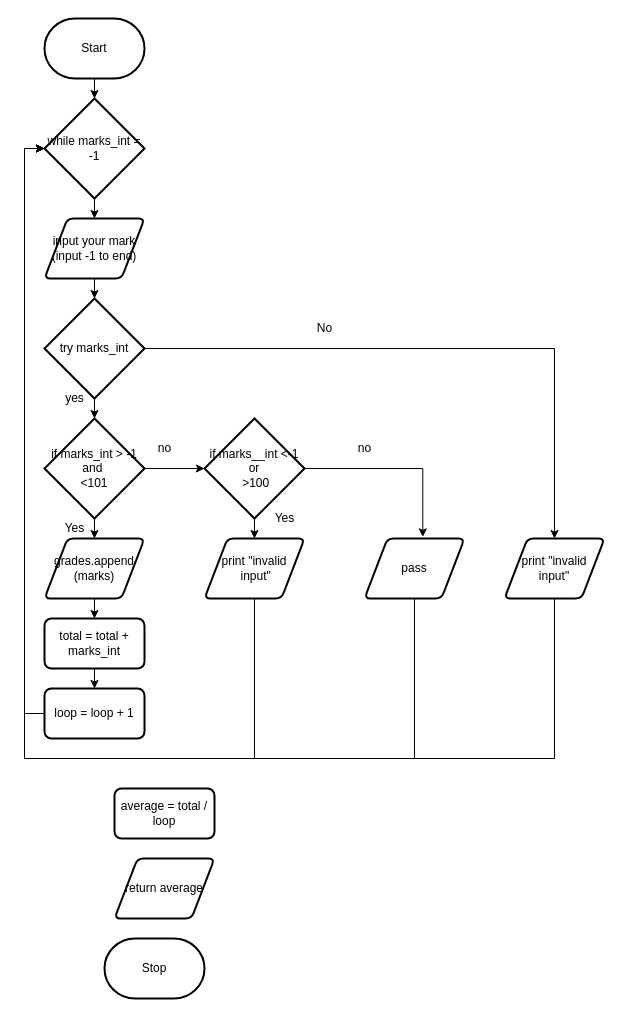
Earlier version of the draw.io diagram Untitled Diagram.drawio (Ethan-Gravelle/ICS3U-Unit6-05-Python-Grade-List). Source tidied: cells renumbered, new cells numbered last; positions are measured from the earlier drawing's top-left corner, leaving out a move shared by most shapes. Both pictures are drawn from the tidied source at 100%, with x=0, y=0 at pixel (24, 18).
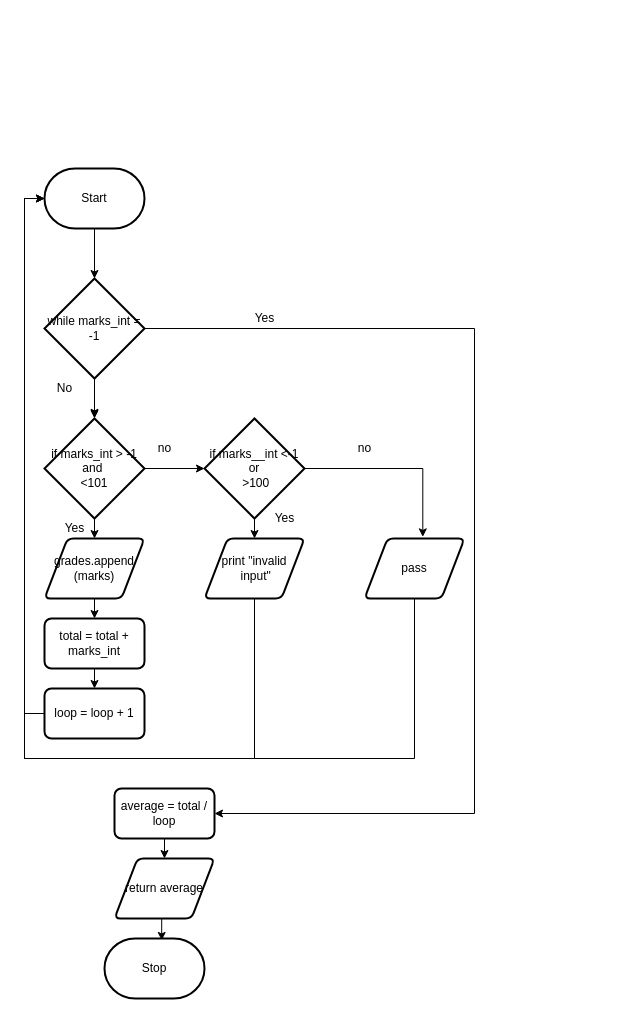
After the change.

Unchanged cells that the change refers to:
```xml
<mxCell id="13" value="if marks_int &amp;gt; -1&lt;br&gt;and&amp;nbsp;&lt;br&gt;&amp;lt;101" style="strokeWidth=2;html=1;shape=mxgraph.flowchart.decision;whiteSpace=wrap;" parent="1" vertex="1">
  <mxGeometry x="20" y="400" width="100" height="100" as="geometry" />
</mxCell>
<mxCell id="19" value="loop = loop + 1" style="rounded=1;whiteSpace=wrap;html=1;absoluteArcSize=1;arcSize=14;strokeWidth=2;" parent="1" vertex="1">
  <mxGeometry x="20" y="670" width="100" height="50" as="geometry" />
</mxCell>
<mxCell id="24" value="print &quot;invalid&lt;br&gt;&amp;nbsp;input&quot;" style="shape=parallelogram;html=1;strokeWidth=2;perimeter=parallelogramPerimeter;whiteSpace=wrap;rounded=1;arcSize=12;size=0.23;" parent="1" vertex="1">
  <mxGeometry x="180" y="520" width="100" height="60" as="geometry" />
</mxCell>
<mxCell id="26" value="pass" style="shape=parallelogram;html=1;strokeWidth=2;perimeter=parallelogramPerimeter;whiteSpace=wrap;rounded=1;arcSize=12;size=0.23;" parent="1" vertex="1">
  <mxGeometry x="340" y="520" width="100" height="60" as="geometry" />
</mxCell>
<mxCell id="29" value="average = total / loop" style="rounded=1;whiteSpace=wrap;html=1;absoluteArcSize=1;arcSize=14;strokeWidth=2;" parent="1" vertex="1">
  <mxGeometry x="90" y="770" width="100" height="50" as="geometry" />
</mxCell>
<mxCell id="30" value="return average" style="shape=parallelogram;html=1;strokeWidth=2;perimeter=parallelogramPerimeter;whiteSpace=wrap;rounded=1;arcSize=12;size=0.23;" parent="1" vertex="1">
  <mxGeometry x="90" y="840" width="100" height="60" as="geometry" />
</mxCell>
<mxCell id="31" value="Stop" style="strokeWidth=2;html=1;shape=mxgraph.flowchart.terminator;whiteSpace=wrap;" parent="1" vertex="1">
  <mxGeometry x="80" y="920" width="100" height="60" as="geometry" />
</mxCell>
```

Diff of the diagram source:
```diff
@@
     <mxCell id="3" value="Start" style="strokeWidth=2;html=1;shape=mxgraph.flowchart.terminator;whiteSpace=wrap;" parent="1" vertex="1">
-      <mxGeometry x="20" width="100" height="60" as="geometry" />
+      <mxGeometry x="20" y="150" width="100" height="60" as="geometry" />
     </mxCell>
-    <mxCell id="4" style="edgeStyle=orthogonalEdgeStyle;rounded=0;jettySize=auto;html=1;exitX=0.5;exitY=1;exitDx=0;exitDy=0;exitPerimeter=0;entryX=0.5;entryY=0;entryDx=0;entryDy=0;" parent="1" edge="1" source="5" target="7">
-      <mxGeometry relative="1" as="geometry" />
-    </mxCell>
-    <mxCell id="5" value="while marks_int = -1" style="strokeWidth=2;html=1;shape=mxgraph.flowchart.decision;whiteSpace=wrap;" parent="1" vertex="1">
-      <mxGeometry x="20" y="80" width="100" height="100" as="geometry" />
-    </mxCell>
-    <mxCell id="6" style="edgeStyle=orthogonalEdgeStyle;rounded=0;jettySize=auto;html=1;exitX=0.5;exitY=1;exitDx=0;exitDy=0;entryX=0.5;entryY=0;entryDx=0;entryDy=0;entryPerimeter=0;" parent="1" edge="1" source="7" target="10">
-      <mxGeometry relative="1" as="geometry" />
-    </mxCell>
-    <mxCell id="7" value="input your mark&lt;br&gt;(input -1 to end)" style="shape=parallelogram;html=1;strokeWidth=2;perimeter=parallelogramPerimeter;whiteSpace=wrap;rounded=1;arcSize=12;size=0.23;" parent="1" vertex="1">
-      <mxGeometry x="20" y="200" width="100" height="60" as="geometry" />
-    </mxCell>
-    <mxCell id="8" style="edgeStyle=orthogonalEdgeStyle;rounded=0;jettySize=auto;html=1;exitX=1;exitY=0.5;exitDx=0;exitDy=0;exitPerimeter=0;" parent="1" edge="1" source="10" target="28">
-      <mxGeometry relative="1" as="geometry" />
-    </mxCell>
-    <mxCell id="9" style="edgeStyle=orthogonalEdgeStyle;rounded=0;jettySize=auto;html=1;exitX=0.5;exitY=1;exitDx=0;exitDy=0;exitPerimeter=0;entryX=0.5;entryY=0;entryDx=0;entryDy=0;entryPerimeter=0;" parent="1" edge="1" source="10" target="13">
-      <mxGeometry relative="1" as="geometry" />
+    <mxCell id="9" style="edgeStyle=orthogonalEdgeStyle;rounded=0;jettySize=auto;html=1;exitX=1.167;exitY=0;exitDx=0;exitDy=0;exitPerimeter=0;entryX=0.5;entryY=0;entryDx=0;entryDy=0;entryPerimeter=0;" parent="1" edge="1" target="13">
+      <mxGeometry relative="1" as="geometry">
+        <mxPoint x="70" y="370" as="sourcePoint" />
+      </mxGeometry>
     </mxCell>
-    <mxCell id="10" value="try marks_int" style="strokeWidth=2;html=1;shape=mxgraph.flowchart.decision;whiteSpace=wrap;" parent="1" vertex="1">
-      <mxGeometry x="20" y="280" width="100" height="100" as="geometry" />
-    </mxCell>
@@
-    <mxCell id="18" style="edgeStyle=orthogonalEdgeStyle;rounded=0;jettySize=auto;html=1;exitX=0;exitY=0.5;exitDx=0;exitDy=0;entryX=0;entryY=0.5;entryDx=0;entryDy=0;entryPerimeter=0;" parent="1" edge="1" source="19" target="5">
-      <mxGeometry relative="1" as="geometry" />
-    </mxCell>
+    <mxCell id="38" style="edgeStyle=orthogonalEdgeStyle;rounded=0;jettySize=auto;html=1;exitX=0;exitY=0.5;exitDx=0;exitDy=0;entryX=0;entryY=0.5;entryDx=0;entryDy=0;entryPerimeter=0;" parent="1" edge="1" source="19" target="3">
+      <mxGeometry relative="1" as="geometry" />
+    </mxCell>
@@
-    <mxCell id="23" style="edgeStyle=orthogonalEdgeStyle;rounded=0;jettySize=auto;html=1;exitX=0.5;exitY=1;exitDx=0;exitDy=0;entryX=0;entryY=0.5;entryDx=0;entryDy=0;entryPerimeter=0;" parent="1" edge="1" source="24" target="5">
-      <mxGeometry relative="1" as="geometry">
-        <Array as="points">
-          <mxPoint x="230" y="740" />
-          <mxPoint y="740" />
-          <mxPoint y="130" />
-        </Array>
-      </mxGeometry>
-    </mxCell>
+    <mxCell id="39" style="edgeStyle=orthogonalEdgeStyle;rounded=0;jettySize=auto;html=1;exitX=0.5;exitY=1;exitDx=0;exitDy=0;entryX=0;entryY=0.5;entryDx=0;entryDy=0;entryPerimeter=0;" parent="1" edge="1" source="24" target="3">
+      <mxGeometry relative="1" as="geometry">
+        <Array as="points">
+          <mxPoint x="230" y="740" />
+          <mxPoint y="740" />
+          <mxPoint y="180" />
+        </Array>
+      </mxGeometry>
+    </mxCell>
@@
-    <mxCell id="25" style="edgeStyle=orthogonalEdgeStyle;rounded=0;jettySize=auto;html=1;exitX=0.5;exitY=1;exitDx=0;exitDy=0;entryX=0;entryY=0.5;entryDx=0;entryDy=0;entryPerimeter=0;" parent="1" edge="1" source="26" target="5">
-      <mxGeometry relative="1" as="geometry">
-        <Array as="points">
-          <mxPoint x="390" y="740" />
-          <mxPoint y="740" />
-          <mxPoint y="130" />
-        </Array>
-      </mxGeometry>
-    </mxCell>
+    <mxCell id="40" style="edgeStyle=orthogonalEdgeStyle;rounded=0;jettySize=auto;html=1;exitX=0.5;exitY=1;exitDx=0;exitDy=0;entryX=0;entryY=0.5;entryDx=0;entryDy=0;entryPerimeter=0;" parent="1" edge="1" source="26" target="3">
+      <mxGeometry relative="1" as="geometry">
+        <Array as="points">
+          <mxPoint x="390" y="740" />
+          <mxPoint y="740" />
+          <mxPoint y="180" />
+        </Array>
+      </mxGeometry>
+    </mxCell>
@@
-    <mxCell id="27" style="edgeStyle=orthogonalEdgeStyle;rounded=0;jettySize=auto;html=1;exitX=0.5;exitY=1;exitDx=0;exitDy=0;entryX=0;entryY=0.5;entryDx=0;entryDy=0;entryPerimeter=0;" parent="1" edge="1" source="28" target="5">
-      <mxGeometry relative="1" as="geometry">
-        <Array as="points">
-          <mxPoint x="530" y="740" />
-          <mxPoint y="740" />
-          <mxPoint y="130" />
-        </Array>
-      </mxGeometry>
-    </mxCell>
-    <mxCell id="28" value="print &quot;invalid &lt;br&gt;input&quot;" style="shape=parallelogram;html=1;strokeWidth=2;perimeter=parallelogramPerimeter;whiteSpace=wrap;rounded=1;arcSize=12;size=0.23;" parent="1" vertex="1">
-      <mxGeometry x="480" y="520" width="100" height="60" as="geometry" />
-    </mxCell>
+    <mxCell id="41" style="edgeStyle=orthogonalEdgeStyle;rounded=0;jettySize=auto;html=1;exitX=0.5;exitY=1;exitDx=0;exitDy=0;entryX=0.5;entryY=0;entryDx=0;entryDy=0;" parent="1" edge="1" source="29" target="30">
+      <mxGeometry relative="1" as="geometry" />
+    </mxCell>
@@
+    <mxCell id="42" style="edgeStyle=orthogonalEdgeStyle;rounded=0;jettySize=auto;html=1;exitX=0.5;exitY=1;exitDx=0;exitDy=0;entryX=0.572;entryY=0.032;entryDx=0;entryDy=0;entryPerimeter=0;" parent="1" edge="1" source="30" target="31">
+      <mxGeometry relative="1" as="geometry" />
+    </mxCell>
@@
-    <mxCell id="32" value="No" style="text;html=1;align=center;verticalAlign=middle;strokeColor=none;" parent="1" vertex="1">
-      <mxGeometry x="285" y="300" width="30" height="20" as="geometry" />
-    </mxCell>
-    <mxCell id="33" value="yes" style="text;html=1;align=center;verticalAlign=middle;strokeColor=none;" parent="1" vertex="1">
-      <mxGeometry x="35" y="370" width="30" height="20" as="geometry" />
-    </mxCell>
@@
+    <mxCell id="43" style="edgeStyle=orthogonalEdgeStyle;rounded=0;jettySize=auto;html=1;exitX=0.5;exitY=1;exitDx=0;exitDy=0;exitPerimeter=0;entryX=1.168;entryY=1.439;entryDx=0;entryDy=0;entryPerimeter=0;" parent="1" edge="1" source="5">
+      <mxGeometry relative="1" as="geometry">
+        <mxPoint x="70" y="398.8" as="targetPoint" />
+      </mxGeometry>
+    </mxCell>
+    <mxCell id="44" style="edgeStyle=orthogonalEdgeStyle;rounded=0;jettySize=auto;html=1;exitX=1;exitY=0.5;exitDx=0;exitDy=0;exitPerimeter=0;" parent="1" edge="1" source="5" target="29">
+      <mxGeometry relative="1" as="geometry">
+        <Array as="points">
+          <mxPoint x="450" y="310" />
+          <mxPoint x="450" y="795" />
+        </Array>
+      </mxGeometry>
+    </mxCell>
+    <mxCell id="5" value="while marks_int = -1" style="strokeWidth=2;html=1;shape=mxgraph.flowchart.decision;whiteSpace=wrap;" parent="1" vertex="1">
+      <mxGeometry x="20" y="260" width="100" height="100" as="geometry" />
+    </mxCell>
+    <mxCell id="45" value="Yes" style="text;html=1;align=center;verticalAlign=middle;strokeColor=none;" parent="1" vertex="1">
+      <mxGeometry x="220" y="290" width="40" height="20" as="geometry" />
+    </mxCell>
+    <mxCell id="32" value="No" style="text;html=1;align=center;verticalAlign=middle;strokeColor=none;" parent="1" vertex="1">
+      <mxGeometry x="25" y="360" width="30" height="20" as="geometry" />
+    </mxCell>
```
